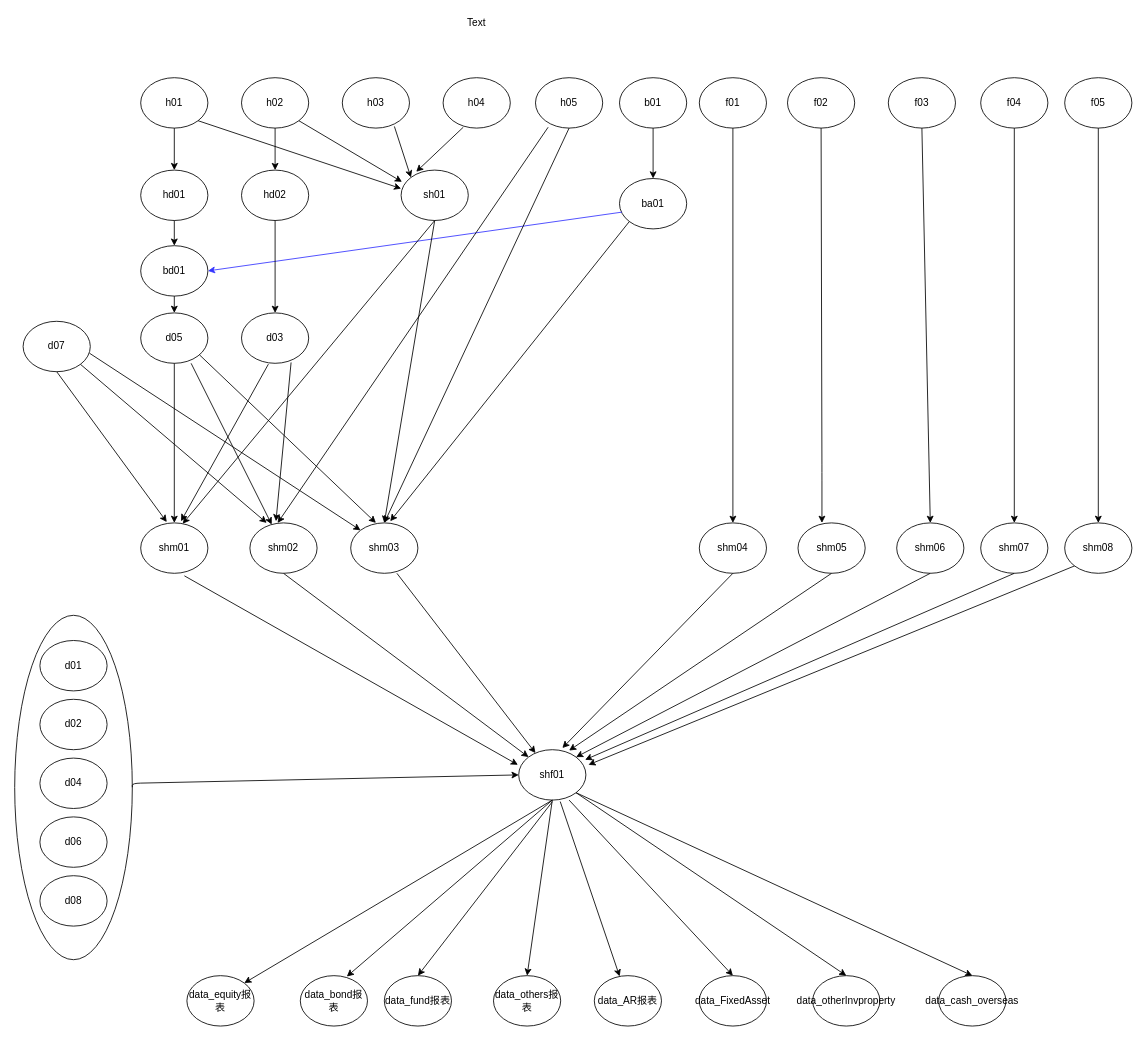
The draw.io diagram taskTreeChat.drawio in gebifeixiang/investment, before the edit. Source tidied: cells renumbered, new cells numbered last; positions are measured from the earlier drawing's top-left corner, leaving out a move shared by most shapes. Both pictures are drawn from the tidied source at 84%, with x=0, y=0 at pixel (14, 14).
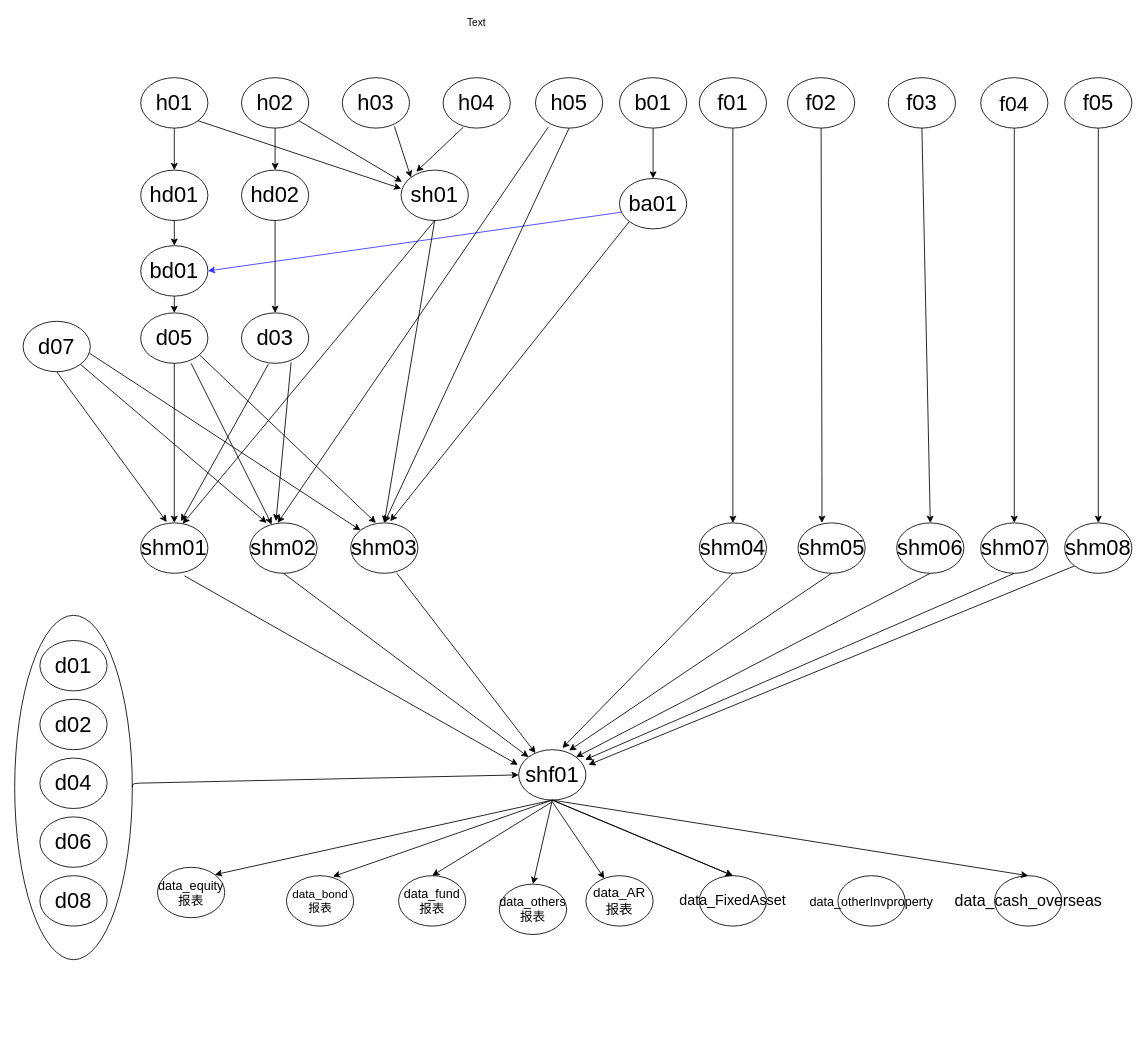
After the change.

What changed in the source:
```diff
@@
-    <mxCell id="3" value="h04" style="ellipse;whiteSpace=wrap;html=1;" parent="1" vertex="1">
+    <mxCell id="3" value="&lt;font style=&quot;font-size: 26px&quot;&gt;h04&lt;/font&gt;" style="ellipse;whiteSpace=wrap;html=1;" parent="1" vertex="1">
       <mxGeometry x="510" y="75" width="80" height="60" as="geometry" />
     </mxCell>
-    <mxCell id="4" value="h01" style="ellipse;whiteSpace=wrap;html=1;" parent="1" vertex="1">
+    <mxCell id="4" value="&lt;font style=&quot;font-size: 26px&quot;&gt;h01&lt;/font&gt;" style="ellipse;whiteSpace=wrap;html=1;strokeWidth=1;" parent="1" vertex="1">
       <mxGeometry x="150" y="75" width="80" height="60" as="geometry" />
     </mxCell>
-    <mxCell id="5" value="h02" style="ellipse;whiteSpace=wrap;html=1;" parent="1" vertex="1">
+    <mxCell id="5" value="&lt;font style=&quot;font-size: 26px&quot;&gt;h02&lt;/font&gt;" style="ellipse;whiteSpace=wrap;html=1;strokeColor=#000000;strokeWidth=1;" parent="1" vertex="1">
       <mxGeometry x="270" y="75" width="80" height="60" as="geometry" />
     </mxCell>
-    <mxCell id="6" value="h03" style="ellipse;whiteSpace=wrap;html=1;" parent="1" vertex="1">
+    <mxCell id="6" value="&lt;font style=&quot;font-size: 26px&quot;&gt;h03&lt;/font&gt;" style="ellipse;whiteSpace=wrap;html=1;" parent="1" vertex="1">
       <mxGeometry x="390" y="75" width="80" height="60" as="geometry" />
     </mxCell>
-    <mxCell id="7" value="f04" style="ellipse;whiteSpace=wrap;html=1;" parent="1" vertex="1">
+    <mxCell id="7" value="&lt;font style=&quot;font-size: 25px&quot;&gt;f04&lt;/font&gt;" style="ellipse;whiteSpace=wrap;html=1;" parent="1" vertex="1">
       <mxGeometry x="1150" y="75" width="80" height="60" as="geometry" />
     </mxCell>
-    <mxCell id="8" value="f03" style="ellipse;whiteSpace=wrap;html=1;" parent="1" vertex="1">
+    <mxCell id="8" value="&lt;font style=&quot;font-size: 26px&quot;&gt;f03&lt;/font&gt;" style="ellipse;whiteSpace=wrap;html=1;" parent="1" vertex="1">
       <mxGeometry x="1040" y="75" width="80" height="60" as="geometry" />
     </mxCell>
-    <mxCell id="9" value="f02" style="ellipse;whiteSpace=wrap;html=1;" parent="1" vertex="1">
+    <mxCell id="9" value="&lt;font style=&quot;font-size: 26px&quot;&gt;f02&lt;/font&gt;" style="ellipse;whiteSpace=wrap;html=1;" parent="1" vertex="1">
       <mxGeometry x="920" y="75" width="80" height="60" as="geometry" />
     </mxCell>
-    <mxCell id="10" value="f01" style="ellipse;whiteSpace=wrap;html=1;" parent="1" vertex="1">
+    <mxCell id="10" value="&lt;font style=&quot;font-size: 26px&quot;&gt;f01&lt;/font&gt;" style="ellipse;whiteSpace=wrap;html=1;" parent="1" vertex="1">
       <mxGeometry x="815" y="75" width="80" height="60" as="geometry" />
     </mxCell>
-    <mxCell id="11" value="h05" style="ellipse;whiteSpace=wrap;html=1;" parent="1" vertex="1">
+    <mxCell id="11" value="&lt;font style=&quot;font-size: 26px&quot;&gt;h05&lt;/font&gt;" style="ellipse;whiteSpace=wrap;html=1;" parent="1" vertex="1">
       <mxGeometry x="620" y="75" width="80" height="60" as="geometry" />
     </mxCell>
-    <mxCell id="12" value="f05" style="ellipse;whiteSpace=wrap;html=1;" parent="1" vertex="1">
+    <mxCell id="12" value="&lt;font style=&quot;font-size: 26px&quot;&gt;f05&lt;/font&gt;" style="ellipse;whiteSpace=wrap;html=1;" parent="1" vertex="1">
       <mxGeometry x="1250" y="75" width="80" height="60" as="geometry" />
     </mxCell>
-    <mxCell id="13" value="hd01" style="ellipse;whiteSpace=wrap;html=1;" parent="1" vertex="1">
+    <mxCell id="13" value="&lt;font style=&quot;font-size: 26px&quot;&gt;hd01&lt;/font&gt;" style="ellipse;whiteSpace=wrap;html=1;" parent="1" vertex="1">
       <mxGeometry x="150" y="185" width="80" height="60" as="geometry" />
     </mxCell>
-    <mxCell id="14" value="hd02" style="ellipse;whiteSpace=wrap;html=1;" parent="1" vertex="1">
+    <mxCell id="14" value="&lt;font style=&quot;font-size: 26px&quot;&gt;hd02&lt;/font&gt;" style="ellipse;whiteSpace=wrap;html=1;" parent="1" vertex="1">
       <mxGeometry x="270" y="185" width="80" height="60" as="geometry" />
     </mxCell>
-    <mxCell id="15" value="b01" style="ellipse;whiteSpace=wrap;html=1;" parent="1" vertex="1">
+    <mxCell id="15" value="&lt;font style=&quot;font-size: 26px&quot;&gt;b01&lt;/font&gt;" style="ellipse;whiteSpace=wrap;html=1;" parent="1" vertex="1">
       <mxGeometry x="720" y="75" width="80" height="60" as="geometry" />
     </mxCell>
-    <mxCell id="16" value="ba01" style="ellipse;whiteSpace=wrap;html=1;" parent="1" vertex="1">
+    <mxCell id="16" value="&lt;font style=&quot;font-size: 26px&quot;&gt;ba01&lt;/font&gt;" style="ellipse;whiteSpace=wrap;html=1;" parent="1" vertex="1">
       <mxGeometry x="720" y="195" width="80" height="60" as="geometry" />
     </mxCell>
-    <mxCell id="17" value="shm05" style="ellipse;whiteSpace=wrap;html=1;" parent="1" vertex="1">
+    <mxCell id="17" value="&lt;font style=&quot;font-size: 26px&quot;&gt;shm05&lt;/font&gt;" style="ellipse;whiteSpace=wrap;html=1;" parent="1" vertex="1">
       <mxGeometry x="932.5" y="605" width="80" height="60" as="geometry" />
     </mxCell>
-    <mxCell id="18" value="shm04" style="ellipse;whiteSpace=wrap;html=1;" parent="1" vertex="1">
+    <mxCell id="18" value="&lt;font style=&quot;font-size: 26px&quot;&gt;shm04&lt;/font&gt;" style="ellipse;whiteSpace=wrap;html=1;" parent="1" vertex="1">
       <mxGeometry x="815" y="605" width="80" height="60" as="geometry" />
     </mxCell>
-    <mxCell id="19" value="shm03" style="ellipse;whiteSpace=wrap;html=1;" parent="1" vertex="1">
+    <mxCell id="19" value="&lt;font style=&quot;font-size: 26px&quot;&gt;shm03&lt;/font&gt;" style="ellipse;whiteSpace=wrap;html=1;" parent="1" vertex="1">
       <mxGeometry x="400" y="605" width="80" height="60" as="geometry" />
     </mxCell>
-    <mxCell id="20" value="shm02" style="ellipse;whiteSpace=wrap;html=1;" parent="1" vertex="1">
+    <mxCell id="20" value="&lt;font style=&quot;font-size: 26px&quot;&gt;shm02&lt;/font&gt;" style="ellipse;whiteSpace=wrap;html=1;" parent="1" vertex="1">
       <mxGeometry x="280" y="605" width="80" height="60" as="geometry" />
     </mxCell>
-    <mxCell id="21" value="shm01" style="ellipse;whiteSpace=wrap;html=1;" parent="1" vertex="1">
+    <mxCell id="21" value="&lt;font style=&quot;font-size: 26px&quot;&gt;shm01&lt;/font&gt;" style="ellipse;whiteSpace=wrap;html=1;" parent="1" vertex="1">
       <mxGeometry x="150" y="605" width="80" height="60" as="geometry" />
     </mxCell>
-    <mxCell id="22" value="shm08" style="ellipse;whiteSpace=wrap;html=1;" parent="1" vertex="1">
+    <mxCell id="22" value="&lt;font style=&quot;font-size: 26px&quot;&gt;shm08&lt;/font&gt;" style="ellipse;whiteSpace=wrap;html=1;" parent="1" vertex="1">
       <mxGeometry x="1250" y="605" width="80" height="60" as="geometry" />
     </mxCell>
-    <mxCell id="23" value="shm07" style="ellipse;whiteSpace=wrap;html=1;" parent="1" vertex="1">
+    <mxCell id="23" value="&lt;font style=&quot;font-size: 26px&quot;&gt;shm07&lt;/font&gt;" style="ellipse;whiteSpace=wrap;html=1;" parent="1" vertex="1">
       <mxGeometry x="1150" y="605" width="80" height="60" as="geometry" />
     </mxCell>
-    <mxCell id="24" value="shm06" style="ellipse;whiteSpace=wrap;html=1;" parent="1" vertex="1">
+    <mxCell id="24" value="&lt;font style=&quot;font-size: 26px&quot;&gt;shm06&lt;/font&gt;" style="ellipse;whiteSpace=wrap;html=1;" parent="1" vertex="1">
       <mxGeometry x="1050" y="605" width="80" height="60" as="geometry" />
     </mxCell>
-    <mxCell id="25" value="shf01" style="ellipse;whiteSpace=wrap;html=1;" parent="1" vertex="1">
+    <mxCell id="25" value="&lt;font style=&quot;font-size: 26px&quot;&gt;shf01&lt;/font&gt;" style="ellipse;whiteSpace=wrap;html=1;" parent="1" vertex="1">
       <mxGeometry x="600" y="875" width="80" height="60" as="geometry" />
     </mxCell>
@@
-    <mxCell id="31" value="d07" style="ellipse;whiteSpace=wrap;html=1;" parent="1" vertex="1">
+    <mxCell id="31" value="&lt;font style=&quot;font-size: 26px&quot;&gt;d07&lt;/font&gt;" style="ellipse;whiteSpace=wrap;html=1;" parent="1" vertex="1">
       <mxGeometry x="10" y="365" width="80" height="60" as="geometry" />
     </mxCell>
-    <mxCell id="32" value="sh01" style="ellipse;whiteSpace=wrap;html=1;" parent="1" vertex="1">
+    <mxCell id="32" value="&lt;font style=&quot;font-size: 26px&quot;&gt;sh01&lt;/font&gt;" style="ellipse;whiteSpace=wrap;html=1;" parent="1" vertex="1">
       <mxGeometry x="460" y="185" width="80" height="60" as="geometry" />
     </mxCell>
-    <mxCell id="33" value="bd01" style="ellipse;whiteSpace=wrap;html=1;" parent="1" vertex="1">
+    <mxCell id="33" value="&lt;font style=&quot;font-size: 26px&quot;&gt;bd01&lt;/font&gt;" style="ellipse;whiteSpace=wrap;html=1;" parent="1" vertex="1">
       <mxGeometry x="150" y="275" width="80" height="60" as="geometry" />
     </mxCell>
-    <mxCell id="34" value="d05" style="ellipse;whiteSpace=wrap;html=1;" parent="1" vertex="1">
+    <mxCell id="34" value="&lt;font style=&quot;font-size: 26px&quot;&gt;d05&lt;/font&gt;" style="ellipse;whiteSpace=wrap;html=1;" parent="1" vertex="1">
       <mxGeometry x="150" y="355" width="80" height="60" as="geometry" />
     </mxCell>
@@
-    <mxCell id="36" value="d03" style="ellipse;whiteSpace=wrap;html=1;" parent="1" vertex="1">
+    <mxCell id="36" value="&lt;font style=&quot;font-size: 26px&quot;&gt;d03&lt;/font&gt;" style="ellipse;whiteSpace=wrap;html=1;" parent="1" vertex="1">
       <mxGeometry x="270" y="355" width="80" height="60" as="geometry" />
     </mxCell>
@@
-    <mxCell id="46" value="d01" style="ellipse;whiteSpace=wrap;html=1;" parent="1" vertex="1">
+    <mxCell id="46" value="&lt;font style=&quot;font-size: 26px&quot;&gt;d01&lt;/font&gt;" style="ellipse;whiteSpace=wrap;html=1;" parent="1" vertex="1">
       <mxGeometry x="30" y="745" width="80" height="60" as="geometry" />
     </mxCell>
-    <mxCell id="47" value="d04" style="ellipse;whiteSpace=wrap;html=1;" parent="1" vertex="1">
+    <mxCell id="47" value="&lt;font style=&quot;font-size: 26px&quot;&gt;d04&lt;/font&gt;" style="ellipse;whiteSpace=wrap;html=1;" parent="1" vertex="1">
       <mxGeometry x="30" y="885" width="80" height="60" as="geometry" />
     </mxCell>
-    <mxCell id="48" value="d02" style="ellipse;whiteSpace=wrap;html=1;" parent="1" vertex="1">
+    <mxCell id="48" value="&lt;font style=&quot;font-size: 26px&quot;&gt;d02&lt;/font&gt;" style="ellipse;whiteSpace=wrap;html=1;" parent="1" vertex="1">
       <mxGeometry x="30" y="815" width="80" height="60" as="geometry" />
     </mxCell>
-    <mxCell id="49" value="d06" style="ellipse;whiteSpace=wrap;html=1;" parent="1" vertex="1">
+    <mxCell id="49" value="&lt;font style=&quot;font-size: 26px&quot;&gt;d06&lt;/font&gt;" style="ellipse;whiteSpace=wrap;html=1;" parent="1" vertex="1">
       <mxGeometry x="30" y="955" width="80" height="60" as="geometry" />
     </mxCell>
-    <mxCell id="50" value="d08" style="ellipse;whiteSpace=wrap;html=1;" parent="1" vertex="1">
+    <mxCell id="50" value="&lt;font style=&quot;font-size: 26px&quot;&gt;d08&lt;/font&gt;" style="ellipse;whiteSpace=wrap;html=1;" parent="1" vertex="1">
       <mxGeometry x="30" y="1025" width="80" height="60" as="geometry" />
     </mxCell>
-    <mxCell id="51" value="data_equity报表" style="ellipse;whiteSpace=wrap;html=1;" parent="1" vertex="1">
-      <mxGeometry x="205" y="1144" width="80" height="60" as="geometry" />
+    <mxCell id="51" value="&lt;font style=&quot;font-size: 15px&quot;&gt;data_equity报表&lt;/font&gt;" style="ellipse;whiteSpace=wrap;html=1;" parent="1" vertex="1">
+      <mxGeometry x="170" y="1015" width="80" height="60" as="geometry" />
     </mxCell>
-    <mxCell id="52" value="data_bond报表" style="ellipse;whiteSpace=wrap;html=1;" parent="1" vertex="1">
-      <mxGeometry x="340" y="1144" width="80" height="60" as="geometry" />
+    <mxCell id="52" value="&lt;font style=&quot;font-size: 14px&quot;&gt;data_bond报表&lt;/font&gt;" style="ellipse;whiteSpace=wrap;html=1;" parent="1" vertex="1">
+      <mxGeometry x="323.5" y="1025" width="80" height="60" as="geometry" />
     </mxCell>
-    <mxCell id="53" value="data_fund报表" style="ellipse;whiteSpace=wrap;html=1;" parent="1" vertex="1">
-      <mxGeometry x="440" y="1144" width="80" height="60" as="geometry" />
+    <mxCell id="53" value="&lt;font style=&quot;font-size: 15px&quot;&gt;data_fund报表&lt;/font&gt;" style="ellipse;whiteSpace=wrap;html=1;" parent="1" vertex="1">
+      <mxGeometry x="457" y="1025" width="80" height="60" as="geometry" />
     </mxCell>
-    <mxCell id="54" value="data_others报表" style="ellipse;whiteSpace=wrap;html=1;" parent="1" vertex="1">
-      <mxGeometry x="570" y="1144" width="80" height="60" as="geometry" />
+    <mxCell id="54" value="&lt;font style=&quot;font-size: 15px&quot;&gt;data_others报表&lt;/font&gt;" style="ellipse;whiteSpace=wrap;html=1;" parent="1" vertex="1">
+      <mxGeometry x="577" y="1035" width="80" height="60" as="geometry" />
     </mxCell>
-    <mxCell id="55" value="data_AR报表" style="ellipse;whiteSpace=wrap;html=1;" parent="1" vertex="1">
-      <mxGeometry x="690" y="1144" width="80" height="60" as="geometry" />
+    <mxCell id="55" value="&lt;font style=&quot;font-size: 16px&quot;&gt;data_AR报表&lt;/font&gt;" style="ellipse;whiteSpace=wrap;html=1;" parent="1" vertex="1">
+      <mxGeometry x="680" y="1025" width="80" height="60" as="geometry" />
     </mxCell>
-    <mxCell id="56" value="data_FixedAsset" style="ellipse;whiteSpace=wrap;html=1;" parent="1" vertex="1">
-      <mxGeometry x="815" y="1144" width="80" height="60" as="geometry" />
-    </mxCell>
-    <mxCell id="57" value="data_otherInvproperty" style="ellipse;whiteSpace=wrap;html=1;" parent="1" vertex="1">
-      <mxGeometry x="950" y="1144" width="80" height="60" as="geometry" />
+    <mxCell id="57" value="&lt;font style=&quot;font-size: 15px&quot;&gt;data_otherInvproperty&lt;/font&gt;" style="ellipse;whiteSpace=wrap;html=1;" parent="1" vertex="1">
+      <mxGeometry x="980" y="1025" width="80" height="60" as="geometry" />
     </mxCell>
-    <mxCell id="58" value="data_cash_overseas" style="ellipse;whiteSpace=wrap;html=1;" parent="1" vertex="1">
-      <mxGeometry x="1100" y="1144" width="80" height="60" as="geometry" />
+    <mxCell id="58" value="&lt;font style=&quot;font-size: 19px&quot;&gt;data_cash_overseas&lt;/font&gt;" style="ellipse;whiteSpace=wrap;html=1;" parent="1" vertex="1">
+      <mxGeometry x="1166.5" y="1025" width="80" height="60" as="geometry" />
     </mxCell>
@@
-    <mxCell id="63" style="endArrow=classic;html=1;strokeColor=#000000;exitX=0.618;exitY=1.029;exitDx=0;exitDy=0;exitPerimeter=0;" parent="1" edge="1" source="25" target="55">
-      <mxGeometry relative="1" as="geometry" />
+    <mxCell id="63" style="endArrow=classic;html=1;strokeColor=#000000;" parent="1" edge="1" target="55">
+      <mxGeometry relative="1" as="geometry">
+        <mxPoint x="640" y="937" as="sourcePoint" />
+      </mxGeometry>
     </mxCell>
-    <mxCell id="64" style="endArrow=classic;html=1;strokeColor=#000000;exitX=0.75;exitY=1;exitDx=0;exitDy=0;exitPerimeter=0;entryX=0.5;entryY=0;entryDx=0;entryDy=0;" parent="1" edge="1" source="25" target="56">
+    <mxCell id="64" style="endArrow=classic;html=1;strokeColor=#000000;exitX=0.5;exitY=1;exitDx=0;exitDy=0;entryX=0.5;entryY=0;entryDx=0;entryDy=0;" parent="1" edge="1" source="25" target="56">
       <mxGeometry relative="1" as="geometry" />
     </mxCell>
-    <mxCell id="65" style="endArrow=classic;html=1;strokeColor=#000000;exitX=1;exitY=1;exitDx=0;exitDy=0;entryX=0.5;entryY=0;entryDx=0;entryDy=0;" parent="1" edge="1" source="25" target="57">
-      <mxGeometry relative="1" as="geometry" />
-    </mxCell>
-    <mxCell id="66" style="endArrow=classic;html=1;strokeColor=#000000;exitX=1;exitY=1;exitDx=0;exitDy=0;entryX=0.5;entryY=0;entryDx=0;entryDy=0;" parent="1" edge="1" source="25" target="58">
-      <mxGeometry relative="1" as="geometry" />
+    <mxCell id="66" style="endArrow=classic;html=1;strokeColor=#000000;entryX=0.5;entryY=0;entryDx=0;entryDy=0;" parent="1" edge="1" target="58">
+      <mxGeometry relative="1" as="geometry">
+        <mxPoint x="640" y="935" as="sourcePoint" />
+      </mxGeometry>
     </mxCell>
@@
+    <mxCell id="56" value="&lt;font style=&quot;font-size: 17px&quot;&gt;data_FixedAsset&lt;/font&gt;" style="ellipse;whiteSpace=wrap;html=1;" parent="1" vertex="1">
+      <mxGeometry x="815" y="1025" width="80" height="60" as="geometry" />
+    </mxCell>
+    <mxCell id="91" style="endArrow=classic;html=1;strokeColor=#000000;entryX=0.5;entryY=0;entryDx=0;entryDy=0;" parent="1" edge="1" target="56">
+      <mxGeometry relative="1" as="geometry">
+        <mxPoint x="640" y="935" as="sourcePoint" />
+      </mxGeometry>
+    </mxCell>
```
